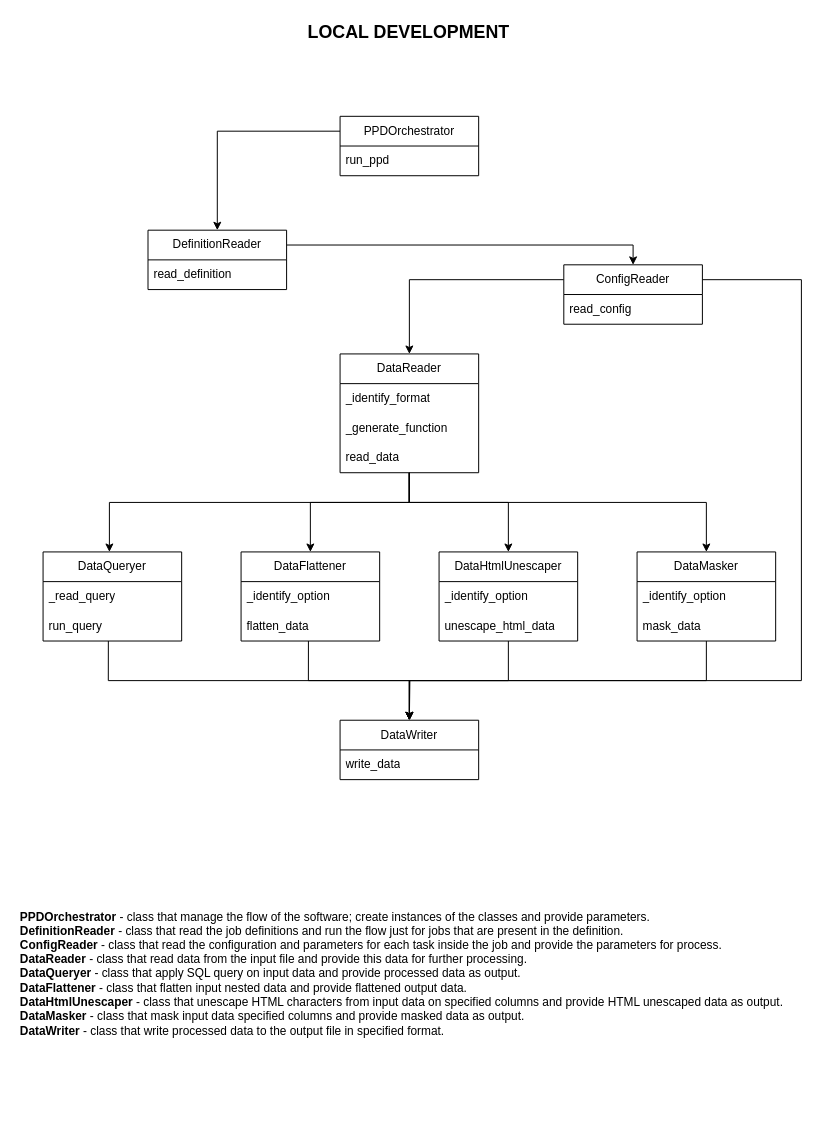
romanmurzac/PyProcData keeps this draw.io diagram as docs/pyprocdata-local.drawio. Above is the earlier version. Source tidied: cells renumbered, new cells numbered last; positions are measured from the earlier drawing's top-left corner, leaving out a move shared by most shapes. Both pictures are drawn from the tidied source at 99%, with x=0, y=0 at pixel (18, 17).
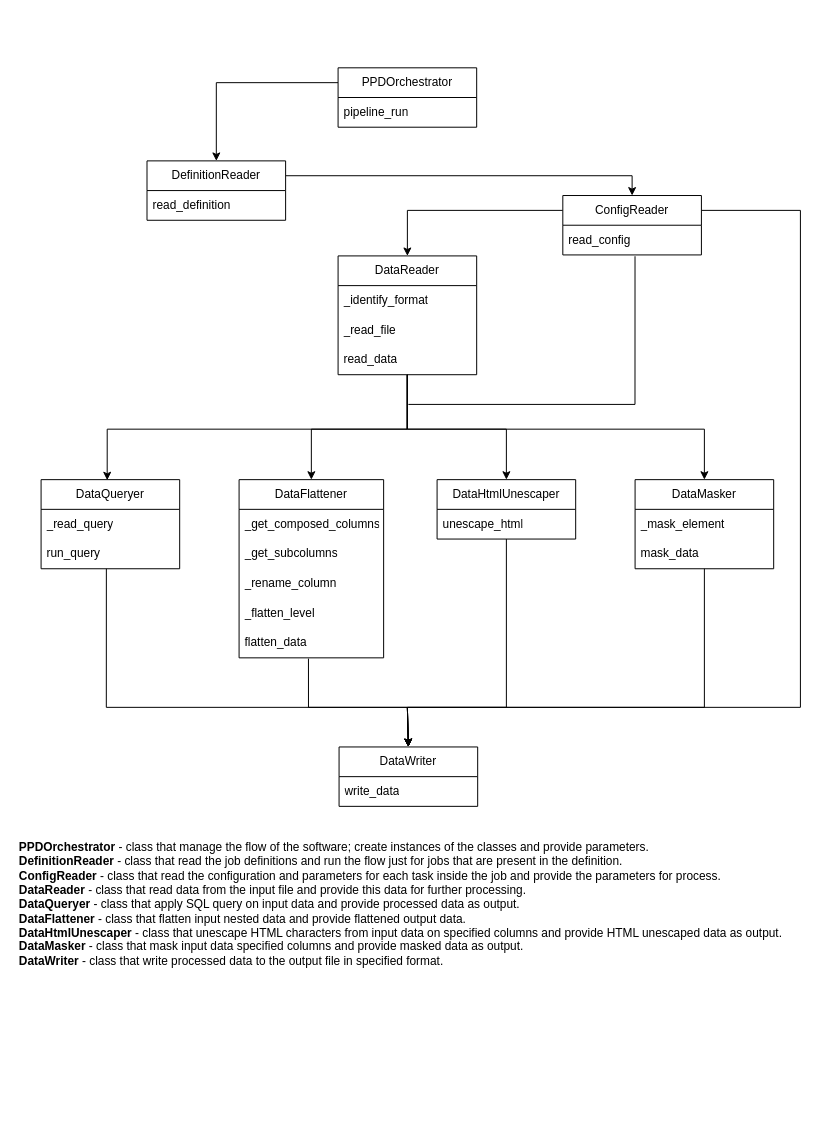
Above is the later version.

Unchanged cells that the change refers to:
```xml
<mxCell id="6" value="read_config" style="text;strokeColor=none;fillColor=none;align=left;verticalAlign=middle;spacingLeft=4;spacingRight=4;overflow=hidden;points=[[0,0.5],[1,0.5]];portConstraint=eastwest;whiteSpace=wrap;html=1;" parent="5" vertex="1">
  <mxGeometry y="30" width="140" height="30" as="geometry" />
</mxCell>
<mxCell id="20" value="read_data" style="text;strokeColor=none;fillColor=none;align=left;verticalAlign=middle;spacingLeft=4;spacingRight=4;overflow=hidden;points=[[0,0.5],[1,0.5]];portConstraint=eastwest;whiteSpace=wrap;html=1;" parent="17" vertex="1">
  <mxGeometry y="90" width="140" height="30" as="geometry" />
</mxCell>
<mxCell id="30" value="run_query" style="text;strokeColor=none;fillColor=none;align=left;verticalAlign=middle;spacingLeft=4;spacingRight=4;overflow=hidden;points=[[0,0.5],[1,0.5]];portConstraint=eastwest;whiteSpace=wrap;html=1;" parent="28" vertex="1">
  <mxGeometry y="60" width="140" height="30" as="geometry" />
</mxCell>
```

What changed in the source:
```diff
@@
-    <mxCell id="2" value="&lt;font style=&quot;font-size: 18px;&quot;&gt;&lt;b style=&quot;&quot;&gt;LOCAL DEVELOPMENT&lt;/b&gt;&lt;/font&gt;" style="text;html=1;align=center;verticalAlign=middle;whiteSpace=wrap;rounded=0;" parent="1" vertex="1">
-      <mxGeometry x="284" width="221" height="30" as="geometry" />
-    </mxCell>
@@
     <mxCell id="4" style="edgeStyle=orthogonalEdgeStyle;rounded=0;jettySize=auto;html=1;entryX=0.5;entryY=0;entryDx=0;entryDy=0;exitX=1;exitY=0.25;exitDx=0;exitDy=0;" parent="1" edge="1" source="5" target="21">
       <mxGeometry relative="1" as="geometry">
         <Array as="points">
-          <mxPoint x="791" y="265" />
-          <mxPoint x="791" y="670" />
-          <mxPoint x="395" y="670" />
+          <mxPoint x="790" y="195" />
+          <mxPoint x="790" y="697" />
+          <mxPoint x="393" y="697" />
+          <mxPoint x="393" y="737" />
         </Array>
       </mxGeometry>
     </mxCell>
     <mxCell id="5" value="ConfigReader" style="swimlane;fontStyle=0;horizontal=1;startSize=30;whiteSpace=wrap;html=1;" parent="1" vertex="1">
-      <mxGeometry x="551" y="250" width="140" height="60" as="geometry" />
+      <mxGeometry x="550" y="180" width="140" height="60" as="geometry" />
     </mxCell>
@@
     <mxCell id="7" style="edgeStyle=orthogonalEdgeStyle;rounded=0;jettySize=auto;html=1;entryX=0.5;entryY=0;entryDx=0;entryDy=0;exitX=1;exitY=0.25;exitDx=0;exitDy=0;" parent="1" edge="1" source="8" target="5">
       <mxGeometry relative="1" as="geometry">
         <Array as="points">
-          <mxPoint x="621" y="230" />
+          <mxPoint x="620" y="160" />
         </Array>
       </mxGeometry>
     </mxCell>
     <mxCell id="8" value="DefinitionReader" style="swimlane;fontStyle=0;horizontal=1;startSize=30;whiteSpace=wrap;html=1;" parent="1" vertex="1">
-      <mxGeometry x="131" y="215" width="140" height="60" as="geometry" />
+      <mxGeometry x="130" y="145" width="140" height="60" as="geometry" />
     </mxCell>
@@
     <mxCell id="11" value="PPDOrchestrator" style="swimlane;fontStyle=0;horizontal=1;startSize=30;whiteSpace=wrap;html=1;" parent="1" vertex="1">
-      <mxGeometry x="325" y="100" width="140" height="60" as="geometry" />
+      <mxGeometry x="323" y="51" width="140" height="60" as="geometry" />
     </mxCell>
-    <mxCell id="12" value="run_ppd" style="text;strokeColor=none;fillColor=none;align=left;verticalAlign=middle;spacingLeft=4;spacingRight=4;overflow=hidden;whiteSpace=wrap;html=1;" parent="11" vertex="1">
+    <mxCell id="12" value="pipeline_run" style="text;strokeColor=none;fillColor=none;align=left;verticalAlign=middle;spacingLeft=4;spacingRight=4;overflow=hidden;whiteSpace=wrap;html=1;" parent="11" vertex="1">
       <mxGeometry y="30" width="140" height="30" as="geometry" />
     </mxCell>
-    <mxCell id="13" style="edgeStyle=orthogonalEdgeStyle;rounded=0;jettySize=auto;html=1;entryX=0.5;entryY=0;entryDx=0;entryDy=0;exitX=0.497;exitY=1.007;exitDx=0;exitDy=0;exitPerimeter=0;" parent="1" edge="1" source="20">
+    <mxCell id="13" style="edgeStyle=orthogonalEdgeStyle;rounded=0;jettySize=auto;html=1;entryX=0.477;entryY=0.006;entryDx=0;entryDy=0;exitX=0.497;exitY=1.007;exitDx=0;exitDy=0;exitPerimeter=0;entryPerimeter=0;" parent="1" edge="1" source="20" target="28">
       <mxGeometry relative="1" as="geometry">
-        <mxPoint x="92" y="540" as="targetPoint" />
         <Array as="points">
-          <mxPoint x="395" y="490" />
-          <mxPoint x="92" y="490" />
+          <mxPoint x="393" y="416" />
+          <mxPoint x="90" y="416" />
+          <mxPoint x="90" y="468" />
         </Array>
       </mxGeometry>
     </mxCell>
     <mxCell id="14" style="edgeStyle=orthogonalEdgeStyle;rounded=0;jettySize=auto;html=1;entryX=0.5;entryY=0;entryDx=0;entryDy=0;" parent="1" edge="1" source="17" target="36">
       <mxGeometry relative="1" as="geometry">
         <Array as="points">
-          <mxPoint x="395" y="490" />
-          <mxPoint x="495" y="490" />
+          <mxPoint x="393" y="416" />
+          <mxPoint x="493" y="416" />
         </Array>
       </mxGeometry>
     </mxCell>
     <mxCell id="15" style="edgeStyle=orthogonalEdgeStyle;rounded=0;jettySize=auto;html=1;entryX=0.5;entryY=0;entryDx=0;entryDy=0;" parent="1" edge="1" source="17" target="32">
       <mxGeometry relative="1" as="geometry">
         <Array as="points">
-          <mxPoint x="395" y="490" />
-          <mxPoint x="295" y="490" />
+          <mxPoint x="393" y="416" />
+          <mxPoint x="296" y="416" />
         </Array>
       </mxGeometry>
     </mxCell>
     <mxCell id="16" style="edgeStyle=orthogonalEdgeStyle;rounded=0;jettySize=auto;html=1;entryX=0.5;entryY=0;entryDx=0;entryDy=0;exitX=0.5;exitY=1;exitDx=0;exitDy=0;exitPerimeter=0;" parent="1" edge="1" source="20" target="24">
       <mxGeometry relative="1" as="geometry">
         <Array as="points">
-          <mxPoint x="395" y="490" />
-          <mxPoint x="695" y="490" />
+          <mxPoint x="393" y="416" />
+          <mxPoint x="693" y="416" />
         </Array>
       </mxGeometry>
     </mxCell>
     <mxCell id="17" value="DataReader" style="swimlane;fontStyle=0;horizontal=1;startSize=30;whiteSpace=wrap;html=1;" parent="1" vertex="1">
-      <mxGeometry x="325" y="340" width="140" height="120" as="geometry" />
+      <mxGeometry x="323" y="241" width="140" height="120" as="geometry" />
     </mxCell>
@@
-    <mxCell id="19" value="_generate_function" style="text;strokeColor=none;fillColor=none;align=left;verticalAlign=middle;spacingLeft=4;spacingRight=4;overflow=hidden;whiteSpace=wrap;html=1;" parent="17" vertex="1">
+    <mxCell id="19" value="_read_file" style="text;strokeColor=none;fillColor=none;align=left;verticalAlign=middle;spacingLeft=4;spacingRight=4;overflow=hidden;whiteSpace=wrap;html=1;" parent="17" vertex="1">
       <mxGeometry y="60" width="140" height="30" as="geometry" />
     </mxCell>
@@
     <mxCell id="21" value="DataWriter" style="swimlane;fontStyle=0;horizontal=1;startSize=30;whiteSpace=wrap;html=1;" parent="1" vertex="1">
-      <mxGeometry x="325" y="710" width="140" height="60" as="geometry" />
+      <mxGeometry x="324" y="737" width="140" height="60" as="geometry" />
     </mxCell>
@@
     <mxCell id="23" style="edgeStyle=orthogonalEdgeStyle;rounded=0;jettySize=auto;html=1;entryX=0.5;entryY=0;entryDx=0;entryDy=0;" parent="1" edge="1" source="24" target="21">
       <mxGeometry relative="1" as="geometry">
         <Array as="points">
-          <mxPoint x="695" y="670" />
-          <mxPoint x="395" y="670" />
+          <mxPoint x="693" y="697" />
+          <mxPoint x="393" y="697" />
         </Array>
       </mxGeometry>
     </mxCell>
     <mxCell id="24" value="DataMasker" style="swimlane;fontStyle=0;horizontal=1;startSize=30;whiteSpace=wrap;html=1;" parent="1" vertex="1">
-      <mxGeometry x="625" y="540" width="140" height="90" as="geometry" />
+      <mxGeometry x="623" y="467" width="140" height="90" as="geometry" />
     </mxCell>
-    <mxCell id="25" value="_identify_option" style="text;strokeColor=none;fillColor=none;align=left;verticalAlign=middle;spacingLeft=4;spacingRight=4;overflow=hidden;whiteSpace=wrap;html=1;" parent="24" vertex="1">
+    <mxCell id="25" value="_mask_element" style="text;strokeColor=none;fillColor=none;align=left;verticalAlign=middle;spacingLeft=4;spacingRight=4;overflow=hidden;whiteSpace=wrap;html=1;" parent="24" vertex="1">
       <mxGeometry y="30" width="140" height="30" as="geometry" />
     </mxCell>
@@
     <mxCell id="27" style="edgeStyle=orthogonalEdgeStyle;rounded=0;jettySize=auto;html=1;entryX=0.5;entryY=0;entryDx=0;entryDy=0;exitX=0.471;exitY=1;exitDx=0;exitDy=0;exitPerimeter=0;" parent="1" edge="1" source="30" target="21">
-      <mxGeometry relative="1" as="geometry" />
+      <mxGeometry relative="1" as="geometry">
+        <Array as="points">
+          <mxPoint x="89" y="697" />
+          <mxPoint x="393" y="697" />
+        </Array>
+      </mxGeometry>
     </mxCell>
     <mxCell id="28" value="DataQueryer" style="swimlane;fontStyle=0;horizontal=1;startSize=30;whiteSpace=wrap;html=1;" parent="1" vertex="1">
-      <mxGeometry x="25" y="540" width="140" height="90" as="geometry" />
+      <mxGeometry x="23" y="467" width="140" height="90" as="geometry" />
     </mxCell>
@@
-    <mxCell id="31" style="edgeStyle=orthogonalEdgeStyle;rounded=0;jettySize=auto;html=1;exitX=0.486;exitY=1;exitDx=0;exitDy=0;exitPerimeter=0;" parent="1" edge="1" source="34">
+    <mxCell id="31" style="edgeStyle=orthogonalEdgeStyle;rounded=0;jettySize=auto;html=1;entryX=0.5;entryY=0;entryDx=0;entryDy=0;exitX=0.48;exitY=1.026;exitDx=0;exitDy=0;exitPerimeter=0;" parent="1" edge="1" source="42" target="21">
       <mxGeometry relative="1" as="geometry">
-        <mxPoint x="395" y="710" as="targetPoint" />
+        <Array as="points">
+          <mxPoint x="293" y="697" />
+          <mxPoint x="393" y="697" />
+        </Array>
       </mxGeometry>
     </mxCell>
     <mxCell id="32" value="DataFlattener" style="swimlane;fontStyle=0;horizontal=1;startSize=30;whiteSpace=wrap;html=1;" parent="1" vertex="1">
-      <mxGeometry x="225" y="540" width="140" height="90" as="geometry" />
+      <mxGeometry x="223" y="467" width="146" height="180" as="geometry" />
     </mxCell>
-    <mxCell id="33" value="_identify_option" style="text;strokeColor=none;fillColor=none;align=left;verticalAlign=middle;spacingLeft=4;spacingRight=4;overflow=hidden;whiteSpace=wrap;html=1;" parent="32" vertex="1">
-      <mxGeometry y="30" width="140" height="30" as="geometry" />
+    <mxCell id="33" value="_get_composed_columns" style="text;strokeColor=none;fillColor=none;align=left;verticalAlign=middle;spacingLeft=4;spacingRight=4;overflow=hidden;whiteSpace=wrap;html=1;" parent="32" vertex="1">
+      <mxGeometry y="30" width="146" height="30" as="geometry" />
     </mxCell>
-    <mxCell id="34" value="flatten_data" style="text;strokeColor=none;fillColor=none;align=left;verticalAlign=middle;spacingLeft=4;spacingRight=4;overflow=hidden;points=[[0,0.5],[1,0.5]];portConstraint=eastwest;whiteSpace=wrap;html=1;" parent="32" vertex="1">
-      <mxGeometry y="60" width="140" height="30" as="geometry" />
+    <mxCell id="34" value="&lt;span style=&quot;color: rgb(0, 0, 0);&quot;&gt;_get_subcolumns&lt;/span&gt;" style="text;strokeColor=none;fillColor=none;align=left;verticalAlign=middle;spacingLeft=4;spacingRight=4;overflow=hidden;points=[[0,0.5],[1,0.5]];portConstraint=eastwest;whiteSpace=wrap;html=1;" parent="32" vertex="1">
+      <mxGeometry y="60" width="146" height="30" as="geometry" />
     </mxCell>
+    <mxCell id="40" value="&lt;span style=&quot;color: rgb(0, 0, 0);&quot;&gt;_rename_column&lt;/span&gt;" style="text;strokeColor=none;fillColor=none;align=left;verticalAlign=middle;spacingLeft=4;spacingRight=4;overflow=hidden;whiteSpace=wrap;html=1;" parent="32" vertex="1">
+      <mxGeometry y="90" width="146" height="30" as="geometry" />
+    </mxCell>
+    <mxCell id="41" value="&lt;span style=&quot;color: rgb(0, 0, 0);&quot;&gt;_flatten_level&lt;/span&gt;" style="text;strokeColor=none;fillColor=none;align=left;verticalAlign=middle;spacingLeft=4;spacingRight=4;overflow=hidden;whiteSpace=wrap;html=1;" parent="32" vertex="1">
+      <mxGeometry y="120" width="146" height="30" as="geometry" />
+    </mxCell>
+    <mxCell id="42" value="&lt;span style=&quot;color: rgb(0, 0, 0);&quot;&gt;flatten_data&lt;/span&gt;" style="text;strokeColor=none;fillColor=none;align=left;verticalAlign=middle;spacingLeft=4;spacingRight=4;overflow=hidden;points=[[0,0.5],[1,0.5]];portConstraint=eastwest;whiteSpace=wrap;html=1;" parent="32" vertex="1">
+      <mxGeometry y="150" width="146" height="30" as="geometry" />
+    </mxCell>
     <mxCell id="35" style="edgeStyle=orthogonalEdgeStyle;rounded=0;jettySize=auto;html=1;entryX=0.5;entryY=0;entryDx=0;entryDy=0;" parent="1" edge="1" source="36" target="21">
-      <mxGeometry relative="1" as="geometry" />
+      <mxGeometry relative="1" as="geometry">
+        <Array as="points">
+          <mxPoint x="493" y="697" />
+          <mxPoint x="393" y="697" />
+        </Array>
+      </mxGeometry>
     </mxCell>
     <mxCell id="36" value="DataHtmlUnescaper" style="swimlane;fontStyle=0;horizontal=1;startSize=30;whiteSpace=wrap;html=1;" parent="1" vertex="1">
-      <mxGeometry x="425" y="540" width="140" height="90" as="geometry" />
+      <mxGeometry x="423" y="467" width="140" height="60" as="geometry" />
     </mxCell>
-    <mxCell id="37" value="_identify_option" style="text;strokeColor=none;fillColor=none;align=left;verticalAlign=middle;spacingLeft=4;spacingRight=4;overflow=hidden;whiteSpace=wrap;html=1;" parent="36" vertex="1">
-      <mxGeometry y="30" width="140" height="30" as="geometry" />
-    </mxCell>
-    <mxCell id="38" value="unescape_html_data" style="text;strokeColor=none;fillColor=none;align=left;verticalAlign=middle;spacingLeft=4;spacingRight=4;overflow=hidden;whiteSpace=wrap;html=1;" parent="36" vertex="1">
-      <mxGeometry y="60" width="140" height="30" as="geometry" />
+    <mxCell id="38" value="unescape_html" style="text;strokeColor=none;fillColor=none;align=left;verticalAlign=middle;spacingLeft=4;spacingRight=4;overflow=hidden;whiteSpace=wrap;html=1;" parent="36" vertex="1">
+      <mxGeometry y="30" width="140" height="30" as="geometry" />
     </mxCell>
     <mxCell id="39" value="&lt;b&gt;PPDOrchestrator&lt;/b&gt; - class that manage the flow of the software; create instances of the classes and provide parameters.&lt;div&gt;&lt;b&gt;DefinitionReader&lt;/b&gt; - class that read the job definitions and run the flow just for jobs that are present in the definition.&lt;/div&gt;&lt;div&gt;&lt;b&gt;ConfigReader&lt;/b&gt; - class that read the configuration and parameters for each task inside the job and provide the parameters for process.&lt;/div&gt;&lt;div&gt;&lt;b&gt;DataReader&lt;/b&gt; - class that read data from the input file and provide this data for further processing.&lt;/div&gt;&lt;div&gt;&lt;b&gt;DataQueryer&lt;/b&gt; - class that apply SQL query on input data and provide processed data as output.&lt;/div&gt;&lt;div&gt;&lt;b&gt;DataFlattener&lt;/b&gt; - class that flatten input nested data and provide flattened output data.&lt;/div&gt;&lt;div&gt;&lt;b&gt;DataHtmlUnescaper&lt;/b&gt; - class that unescape HTML characters from input data on specified columns and provide HTML unescaped data as output.&lt;/div&gt;&lt;div&gt;&lt;b&gt;DataMasker&lt;/b&gt; - class that mask input data specified columns and provide masked data as output.&lt;/div&gt;&lt;div&gt;&lt;b&gt;DataWriter&lt;/b&gt; - class that write processed data to the output file in specified format.&lt;/div&gt;" style="text;html=1;align=left;verticalAlign=middle;whiteSpace=wrap;rounded=0;" parent="1" vertex="1">
-      <mxGeometry y="831" width="790" height="270" as="geometry" />
+      <mxGeometry x="-1" y="761" width="790" height="270" as="geometry" />
     </mxCell>
+    <mxCell id="43" style="edgeStyle=segmentEdgeStyle;endArrow=none;html=1;curved=0;rounded=0;endSize=8;startSize=8;entryX=0.521;entryY=1.045;entryDx=0;entryDy=0;entryPerimeter=0;endFill=0;" parent="1" edge="1" target="6">
+      <mxGeometry relative="1" as="geometry">
+        <mxPoint x="394" y="391" as="sourcePoint" />
+      </mxGeometry>
+    </mxCell>
```
